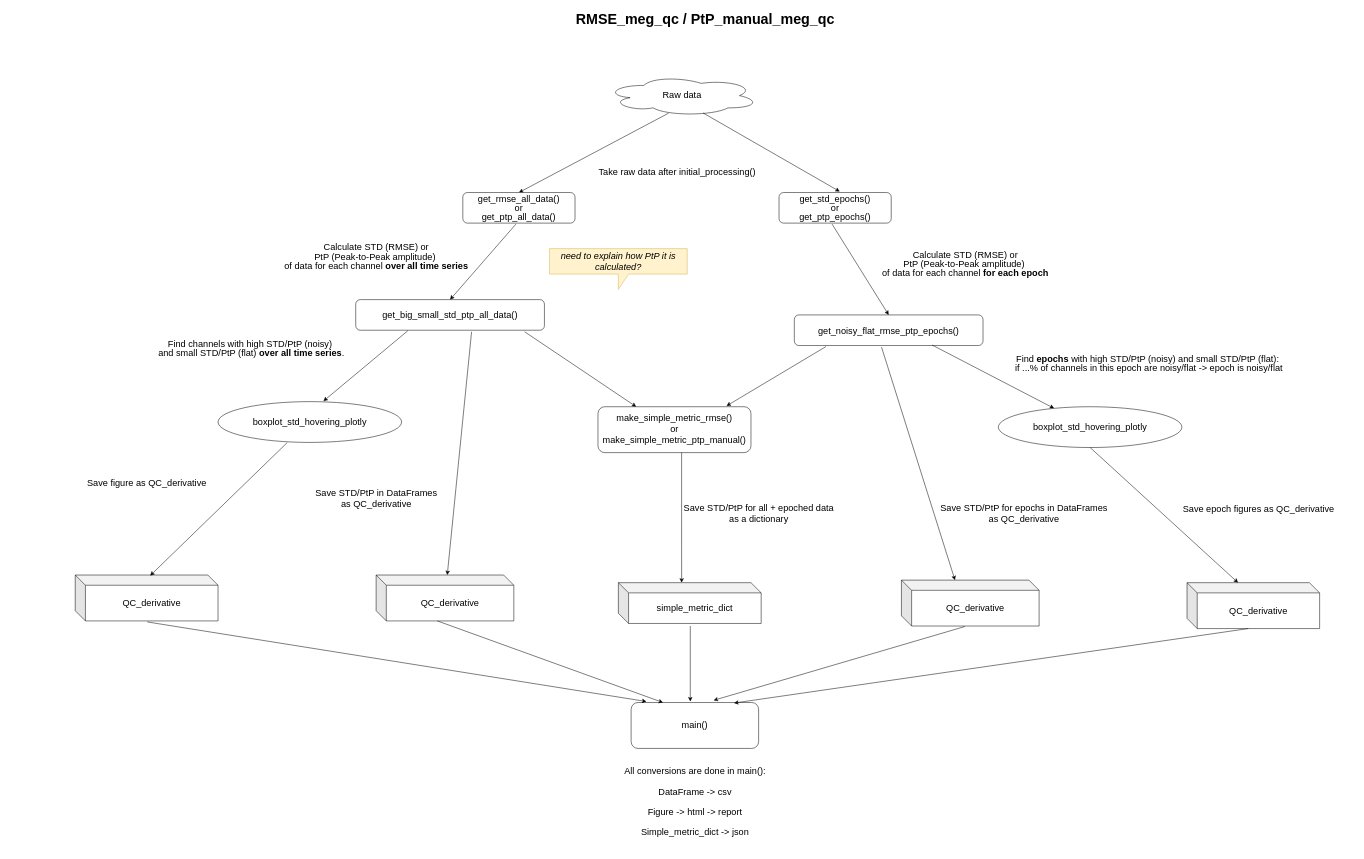
This is docs and diagrams/RMSE_PtP_auto_UML.drawio from oldgandalf/MEGqcJorge, a draw.io file, before an edit. Source tidied: cells renumbered, new cells numbered last; positions are measured from the earlier drawing's top-left corner, leaving out a move shared by most shapes. Both pictures are drawn from the tidied source at 51%, with x=0, y=0 at pixel (75, 9).
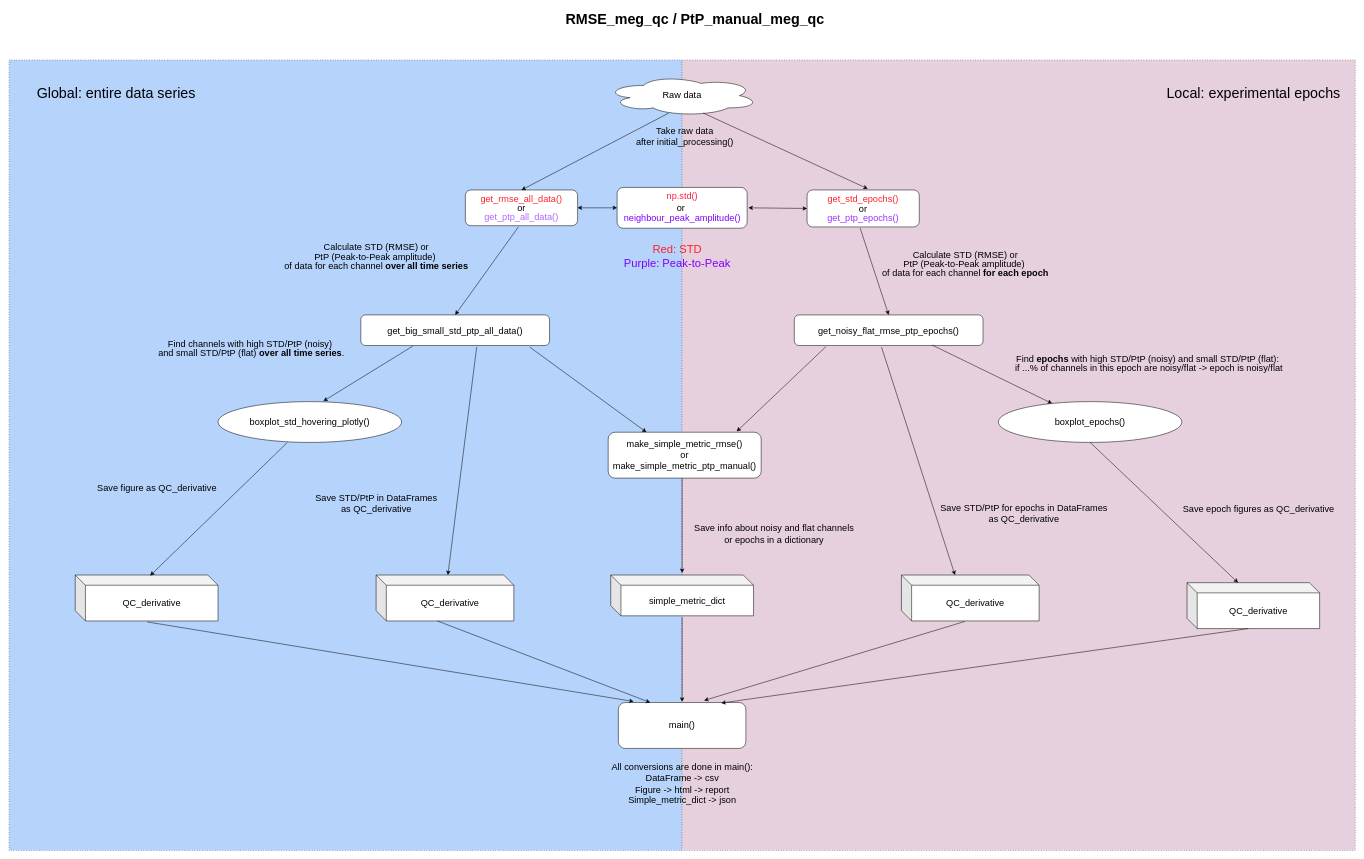
The same diagram, later.

Commit message (it also covers changes not shown here):
making new std, ptp diagrams, head, muscle

Diff of the diagram source:
```diff
@@
+    <mxCell id="47" style="group;" parent="1" vertex="1">
+      <mxGeometry x="-130" y="100" width="2640" height="1550" as="geometry" />
+    </mxCell>
+    <mxCell id="48" style="rounded=0;whiteSpace=wrap;html=1;dashed=1;dashPattern=1 4;fontSize=18;fillColor=#B6D3FC;" parent="47" vertex="1">
+      <mxGeometry width="1320" height="1550" as="geometry" />
+    </mxCell>
+    <mxCell id="49" style="rounded=0;whiteSpace=wrap;html=1;dashed=1;dashPattern=1 4;fontSize=18;fillColor=#E6D0DE;" parent="47" vertex="1">
+      <mxGeometry x="1320" width="1320" height="1550" as="geometry" />
+    </mxCell>
+    <mxCell id="50" value="Global: entire data series" style="text;html=1;align=center;verticalAlign=middle;strokeColor=none;fillColor=none;fontSize=28;fontFamily=Helvetica;" parent="47" vertex="1">
+      <mxGeometry x="45" y="40" width="330" height="50" as="geometry" />
+    </mxCell>
+    <mxCell id="51" value="Local: experimental epochs" style="text;html=1;align=center;verticalAlign=middle;strokeColor=none;fillColor=none;fontSize=28;fontFamily=Helvetica;" parent="47" vertex="1">
+      <mxGeometry x="2260" y="40" width="360" height="50" as="geometry" />
+    </mxCell>
+    <mxCell id="7" value="&lt;p style=&quot;line-height: 18px;&quot;&gt;&lt;font style=&quot;font-size: 18px;&quot;&gt;&lt;font color=&quot;#ff2129&quot;&gt;get_rmse_all_data()&lt;/font&gt;&lt;br&gt;&lt;/font&gt;&lt;font style=&quot;font-size: 18px;&quot;&gt;or&lt;br&gt;&lt;/font&gt;&lt;font color=&quot;#b266ff&quot; style=&quot;font-size: 18px;&quot;&gt;get_ptp_all_data()&lt;/font&gt;&lt;/p&gt;" style="rounded=1;whiteSpace=wrap;html=1;fontSize=18;fontFamily=Helvetica;" parent="47" vertex="1">
+      <mxGeometry x="895" y="255" width="220" height="70" as="geometry" />
+    </mxCell>
+    <mxCell id="17" value="&lt;div style=&quot;line-height: 18px;&quot;&gt;&lt;p style=&quot;line-height: 18px;&quot;&gt;&lt;font color=&quot;#ff2129&quot;&gt;get_std_epochs()&lt;/font&gt;&lt;br&gt;or&lt;br&gt;&lt;font color=&quot;#9933ff&quot; style=&quot;font-size: 18px;&quot;&gt;get_ptp_epochs()&lt;/font&gt;&lt;/p&gt;&lt;/div&gt;" style="rounded=1;whiteSpace=wrap;html=1;fontSize=18;fontFamily=Helvetica;" parent="47" vertex="1">
+      <mxGeometry x="1565" y="255" width="220" height="72.5" as="geometry" />
+    </mxCell>
+    <mxCell id="52" value="&lt;font color=&quot;#ff2129&quot; style=&quot;font-size: 22px;&quot;&gt;Red: STD&lt;/font&gt;&lt;br style=&quot;font-size: 22px;&quot;&gt;&lt;font color=&quot;#7f00ff&quot;&gt;Purple: Peak-to-Peak&lt;/font&gt;" style="text;html=1;align=center;verticalAlign=middle;strokeColor=none;fillColor=none;fontSize=22;fontFamily=Helvetica;fontColor=#66CC00;" parent="47" vertex="1">
+      <mxGeometry x="1195" y="350" width="230" height="70" as="geometry" />
+    </mxCell>
+    <mxCell id="38" value="Save STD/PtP in DataFrames &lt;br&gt;as QC_derivative" style="text;html=1;align=center;verticalAlign=middle;strokeColor=none;fillColor=none;fontSize=18;fontFamily=Helvetica;" parent="47" vertex="1">
+      <mxGeometry x="590" y="840" width="260" height="60" as="geometry" />
+    </mxCell>
+    <mxCell id="37" value="Save figure as QC_derivative" style="text;html=1;align=center;verticalAlign=middle;strokeColor=none;fillColor=none;fontSize=18;fontFamily=Helvetica;" parent="47" vertex="1">
+      <mxGeometry x="160" y="820" width="260" height="40" as="geometry" />
+    </mxCell>
+    <mxCell id="32" style="endArrow=classic;html=1;rounded=0;fontSize=18;fontFamily=Helvetica;entryX=0;entryY=0.812;entryDx=0;entryDy=0;entryPerimeter=0;exitX=0;exitY=0.705;exitDx=0;exitDy=0;exitPerimeter=0;" parent="47" edge="1" source="49" target="49">
+      <mxGeometry relative="1" as="geometry" />
+    </mxCell>
+    <mxCell id="42" value="&lt;p&gt;All conversions are done in main():&lt;br&gt;DataFrame -&amp;gt; csv&lt;br&gt;Figure -&amp;gt; html -&amp;gt; report&lt;br&gt;Simple_metric_dict -&amp;gt; json&lt;/p&gt;" style="text;html=1;align=center;verticalAlign=middle;strokeColor=none;fillColor=none;fontSize=18;fontFamily=Helvetica;" parent="47" vertex="1">
+      <mxGeometry x="1170" y="1350" width="300" height="140" as="geometry" />
+    </mxCell>
     <mxCell id="2" value="RMSE_meg_qc / PtP_manual_meg_qc" style="text;strokeColor=none;fillColor=none;html=1;fontSize=28;fontStyle=1;verticalAlign=middle;align=center;" parent="1" vertex="1">
-      <mxGeometry x="480" width="1510" height="40" as="geometry" />
+      <mxGeometry x="460" width="1510" height="40" as="geometry" />
     </mxCell>
@@
     <mxCell id="4" value="main()" style="rounded=1;whiteSpace=wrap;html=1;fontFamily=Helvetica;fontSize=18;" parent="1" vertex="1">
-      <mxGeometry x="1090" y="1360" width="250" height="90" as="geometry" />
+      <mxGeometry x="1065" y="1360" width="250" height="90" as="geometry" />
     </mxCell>
-    <mxCell id="5" value="&lt;font style=&quot;font-size: 18px;&quot;&gt;Take raw data after initial_processing()&lt;/font&gt;" style="text;html=1;align=center;verticalAlign=middle;strokeColor=none;fillColor=none;fontSize=18;fontFamily=Helvetica;" parent="1" vertex="1">
-      <mxGeometry x="1015" y="300" width="330" height="40" as="geometry" />
+    <mxCell id="5" value="&lt;font style=&quot;font-size: 18px;&quot;&gt;Take raw data &lt;br&gt;after initial_processing()&lt;/font&gt;" style="text;html=1;align=center;verticalAlign=middle;strokeColor=none;fillColor=none;fontSize=18;fontFamily=Helvetica;" parent="1" vertex="1">
+      <mxGeometry x="1090" y="220" width="210" height="60" as="geometry" />
     </mxCell>
@@
-    <mxCell id="7" value="&lt;p style=&quot;line-height: 18px;&quot;&gt;&lt;font style=&quot;font-size: 18px;&quot;&gt;get_rmse_all_data()&lt;br&gt;&lt;/font&gt;&lt;font style=&quot;font-size: 18px;&quot;&gt;or&lt;br&gt;&lt;/font&gt;&lt;font style=&quot;font-size: 18px;&quot;&gt;get_ptp_all_data()&lt;/font&gt;&lt;/p&gt;" style="rounded=1;whiteSpace=wrap;html=1;fontSize=18;fontFamily=Helvetica;" parent="1" vertex="1">
-      <mxGeometry x="760" y="360" width="220" height="60" as="geometry" />
-    </mxCell>
     <mxCell id="8" value="&lt;div style=&quot;line-height: 18px; font-size: 18px;&quot;&gt;get_big_small_std_ptp_all_data()&lt;/div&gt;" style="rounded=1;whiteSpace=wrap;html=1;fontSize=18;fontFamily=Helvetica;" parent="1" vertex="1">
-      <mxGeometry x="550" y="570" width="370" height="60" as="geometry" />
+      <mxGeometry x="560" y="600" width="370" height="60" as="geometry" />
     </mxCell>
@@
-    <mxCell id="13" value="&lt;div style=&quot;line-height: 18px; font-size: 18px;&quot;&gt;boxplot_std_hovering_plotly&lt;/div&gt;" style="ellipse;whiteSpace=wrap;html=1;fontSize=18;fontFamily=Helvetica;" parent="1" vertex="1">
+    <mxCell id="13" value="&lt;div style=&quot;line-height: 18px; font-size: 18px;&quot;&gt;boxplot_std_hovering_plotly()&lt;/div&gt;" style="ellipse;whiteSpace=wrap;html=1;fontSize=18;fontFamily=Helvetica;" parent="1" vertex="1">
       <mxGeometry x="280" y="770" width="360" height="80" as="geometry" />
     </mxCell>
@@
-    <mxCell id="17" value="&lt;div style=&quot;line-height: 18px;&quot;&gt;&lt;p style=&quot;line-height: 18px;&quot;&gt;get_std_epochs()&lt;br&gt;or&lt;br&gt;&lt;font style=&quot;font-size: 18px;&quot;&gt;get_ptp_epochs()&lt;/font&gt;&lt;/p&gt;&lt;/div&gt;" style="rounded=1;whiteSpace=wrap;html=1;fontSize=18;fontFamily=Helvetica;" parent="1" vertex="1">
-      <mxGeometry x="1380" y="360" width="220" height="60" as="geometry" />
-    </mxCell>
@@
-    <mxCell id="21" value="&lt;div style=&quot;line-height: 18px; font-size: 18px;&quot;&gt;boxplot_std_hovering_plotly&lt;/div&gt;" style="ellipse;whiteSpace=wrap;html=1;fontSize=18;fontFamily=Helvetica;" parent="1" vertex="1">
-      <mxGeometry x="1810" y="780" width="360" height="80" as="geometry" />
+    <mxCell id="21" value="&lt;div style=&quot;line-height: 18px;&quot;&gt;&lt;div style=&quot;line-height: 18px;&quot;&gt;&lt;font style=&quot;font-size: 18px;&quot;&gt;boxplot_epochs()&lt;/font&gt;&lt;/div&gt;&lt;/div&gt;" style="ellipse;whiteSpace=wrap;html=1;fontSize=18;fontFamily=Helvetica;" parent="1" vertex="1">
+      <mxGeometry x="1810" y="770" width="360" height="80" as="geometry" />
     </mxCell>
@@
     <mxCell id="23" value="QC_derivative" style="shape=cube;whiteSpace=wrap;html=1;boundedLbl=1;backgroundOutline=1;darkOpacity=0.05;darkOpacity2=0.1;fontSize=18;fontFamily=Helvetica;" parent="1" vertex="1">
-      <mxGeometry x="1620" y="1120" width="270" height="90" as="geometry" />
+      <mxGeometry x="1620" y="1110" width="270" height="90" as="geometry" />
     </mxCell>
@@
     <mxCell id="27" value="&lt;div style=&quot;font-size: 18px; line-height: 18px;&quot;&gt;simple_metric_dict&lt;/div&gt;" style="shape=cube;whiteSpace=wrap;html=1;boundedLbl=1;backgroundOutline=1;darkOpacity=0.05;darkOpacity2=0.1;fontSize=18;fontFamily=Helvetica;" parent="1" vertex="1">
-      <mxGeometry x="1065" y="1125" width="280" height="80" as="geometry" />
+      <mxGeometry x="1050" y="1110" width="280" height="80" as="geometry" />
     </mxCell>
@@
-    <mxCell id="32" style="endArrow=classic;html=1;rounded=0;fontSize=18;entryX=0.464;entryY=-0.022;entryDx=0;entryDy=0;entryPerimeter=0;fontFamily=Helvetica;" parent="1" edge="1" target="4">
-      <mxGeometry relative="1" as="geometry">
-        <mxPoint x="1206" y="1210" as="sourcePoint" />
-      </mxGeometry>
-    </mxCell>
-    <mxCell id="33" style="endArrow=classic;html=1;rounded=0;fontSize=18;exitX=0.461;exitY=1.011;exitDx=0;exitDy=0;exitPerimeter=0;entryX=0.647;entryY=-0.048;entryDx=0;entryDy=0;entryPerimeter=0;fontFamily=Helvetica;" parent="1" edge="1" source="23" target="4">
+    <mxCell id="33" style="endArrow=classic;html=1;rounded=0;fontSize=18;exitX=0.461;exitY=1.011;exitDx=0;exitDy=0;exitPerimeter=0;entryX=0.672;entryY=-0.044;entryDx=0;entryDy=0;entryPerimeter=0;fontFamily=Helvetica;" parent="1" edge="1" source="23" target="4">
       <mxGeometry relative="1" as="geometry" />
     </mxCell>
@@
-    <mxCell id="37" value="Save figure as QC_derivative" style="text;html=1;align=center;verticalAlign=middle;strokeColor=none;fillColor=none;fontSize=18;fontFamily=Helvetica;" parent="1" vertex="1">
-      <mxGeometry x="10" y="910" width="260" height="40" as="geometry" />
-    </mxCell>
-    <mxCell id="38" value="Save STD/PtP in DataFrames &lt;br&gt;as QC_derivative" style="text;html=1;align=center;verticalAlign=middle;strokeColor=none;fillColor=none;fontSize=18;fontFamily=Helvetica;" parent="1" vertex="1">
-      <mxGeometry x="460" y="930" width="260" height="60" as="geometry" />
-    </mxCell>
@@
-    <mxCell id="41" value="Save STD/PtP for all + epoched data&lt;br&gt;as a dictionary" style="text;html=1;align=center;verticalAlign=middle;strokeColor=none;fillColor=none;fontSize=18;fontFamily=Helvetica;" parent="1" vertex="1">
-      <mxGeometry x="1180" y="960" width="320" height="60" as="geometry" />
+    <mxCell id="41" value="Save info about noisy and flat channels &lt;br&gt;or epochs in a dictionary" style="text;html=1;align=center;verticalAlign=middle;strokeColor=none;fillColor=none;fontSize=18;fontFamily=Helvetica;" parent="1" vertex="1">
+      <mxGeometry x="1200" y="1000" width="340" height="60" as="geometry" />
     </mxCell>
-    <mxCell id="42" value="&lt;blockquote&gt;All conversions are done in main():&lt;/blockquote&gt;&lt;blockquote&gt;DataFrame -&amp;gt; csv&lt;/blockquote&gt;&lt;blockquote&gt;Figure -&amp;gt; html -&amp;gt; report&lt;/blockquote&gt;&lt;blockquote&gt;Simple_metric_dict -&amp;gt; json&lt;/blockquote&gt;" style="text;html=1;align=center;verticalAlign=middle;strokeColor=none;fillColor=none;fontSize=18;fontFamily=Helvetica;" parent="1" vertex="1">
-      <mxGeometry x="1025" y="1460" width="380" height="190" as="geometry" />
-    </mxCell>
     <mxCell id="43" value="make_simple_metric_rmse()&lt;br&gt;or&lt;br&gt;make_simple_metric_ptp_manual()" style="rounded=1;whiteSpace=wrap;html=1;fontFamily=Helvetica;fontSize=18;" parent="1" vertex="1">
-      <mxGeometry x="1025" y="780" width="300" height="90" as="geometry" />
+      <mxGeometry x="1045" y="830" width="300" height="90" as="geometry" />
     </mxCell>
-    <mxCell id="44" style="endArrow=classic;html=1;rounded=0;fontFamily=Helvetica;fontSize=18;entryX=0.443;entryY=0;entryDx=0;entryDy=0;entryPerimeter=0;" parent="1" edge="1" target="27">
+    <mxCell id="44" style="endArrow=classic;html=1;rounded=0;fontFamily=Helvetica;fontSize=18;exitX=0.5;exitY=1;exitDx=0;exitDy=0;entryX=0.5;entryY=-0.05;entryDx=0;entryDy=0;entryPerimeter=0;" parent="1" edge="1" target="27">
       <mxGeometry relative="1" as="geometry">
-        <mxPoint x="1189" y="870" as="sourcePoint" />
+        <mxPoint x="1190" y="920" as="sourcePoint" />
       </mxGeometry>
     </mxCell>
@@
-    <mxCell id="46" value="need to explain how PtP it is calculated?" style="shape=callout;whiteSpace=wrap;html=1;perimeter=calloutPerimeter;fontFamily=Helvetica;fontSize=18;fontStyle=2;fillColor=#fff2cc;strokeColor=#d6b656;" parent="1" vertex="1">
-      <mxGeometry x="930" y="470" width="270" height="80" as="geometry" />
-    </mxCell>
+    <mxCell id="53" value="&lt;font style=&quot;font-size: 18px;&quot;&gt;&lt;font color=&quot;#ff1f44&quot;&gt;np.std() &lt;/font&gt;&lt;br&gt;or&amp;nbsp;&lt;br&gt;&lt;font color=&quot;#7f00ff&quot;&gt;neighbour_peak_amplitude()&lt;/font&gt;&lt;/font&gt;" style="rounded=1;whiteSpace=wrap;html=1;" parent="1" vertex="1">
+      <mxGeometry x="1062.5" y="350" width="255" height="80" as="geometry" />
+    </mxCell>
+    <mxCell id="54" style="endArrow=classic;startArrow=classic;html=1;rounded=0;fontSize=18;exitX=1;exitY=0.5;exitDx=0;exitDy=0;" parent="1" edge="1" source="7" target="53">
+      <mxGeometry relative="1" as="geometry" />
+    </mxCell>
+    <mxCell id="55" style="endArrow=classic;startArrow=classic;html=1;rounded=0;fontSize=18;exitX=0;exitY=0.5;exitDx=0;exitDy=0;" parent="1" edge="1" source="17">
+      <mxGeometry relative="1" as="geometry">
+        <mxPoint x="1320" y="390" as="targetPoint" />
+      </mxGeometry>
+    </mxCell>
```
